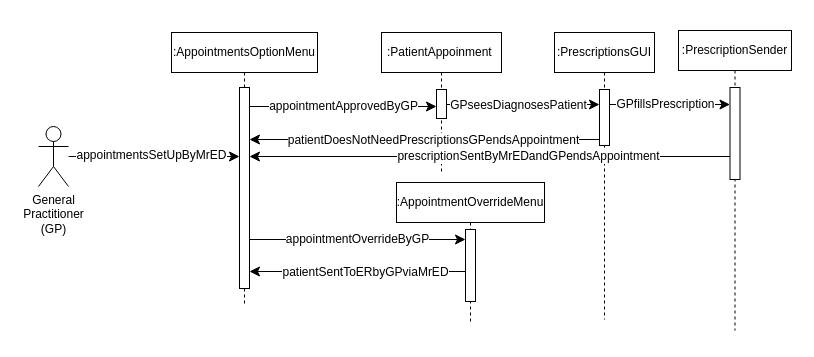
Before: AmirWork/M2/GP_SequenceDiagram.drawio in SENG-350-2024-fall/Team9, a draw.io diagram. Source tidied: cells renumbered, new cells numbered last; positions are measured from the earlier drawing's top-left corner, leaving out a move shared by most shapes. Both pictures are drawn from the tidied source at 100%, with x=0, y=0 at pixel (17, 17).
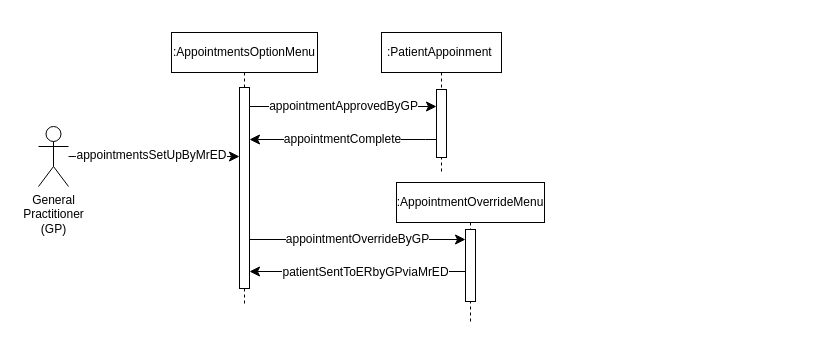
After the change.

Unchanged cells that the change refers to:
```xml
<mxCell id="5" style="html=1;points=[];perimeter=orthogonalPerimeter;outlineConnect=0;targetShapes=umlLifeline;portConstraint=eastwest;newEdgeStyle={&quot;edgeStyle&quot;:&quot;elbowEdgeStyle&quot;,&quot;elbow&quot;:&quot;vertical&quot;,&quot;curved&quot;:0,&quot;rounded&quot;:0};" parent="4" vertex="1">
  <mxGeometry x="68" y="55" width="10" height="201" as="geometry" />
</mxCell>
<mxCell id="6" value=":PatientAppoinment&amp;nbsp;" style="shape=umlLifeline;perimeter=lifelinePerimeter;whiteSpace=wrap;html=1;newEdgeStyle={&quot;edgeStyle&quot;:&quot;elbowEdgeStyle&quot;,&quot;elbow&quot;:&quot;vertical&quot;,&quot;curved&quot;:0,&quot;rounded&quot;:0};" parent="1" vertex="1">
  <mxGeometry x="364" y="15" width="120" height="141" as="geometry" />
</mxCell>
```

Change to the diagram source:
```diff
@@
     <mxCell id="7" style="html=1;points=[];perimeter=orthogonalPerimeter;outlineConnect=0;targetShapes=umlLifeline;portConstraint=eastwest;newEdgeStyle={&quot;edgeStyle&quot;:&quot;elbowEdgeStyle&quot;,&quot;elbow&quot;:&quot;vertical&quot;,&quot;curved&quot;:0,&quot;rounded&quot;:0};" parent="6" vertex="1">
-      <mxGeometry x="55" y="57" width="10" height="29" as="geometry" />
+      <mxGeometry x="55" y="57" width="10" height="68" as="geometry" />
     </mxCell>
@@
-    <mxCell id="16" value=":PrescriptionsGUI" style="shape=umlLifeline;perimeter=lifelinePerimeter;whiteSpace=wrap;html=1;newEdgeStyle={&quot;edgeStyle&quot;:&quot;elbowEdgeStyle&quot;,&quot;elbow&quot;:&quot;vertical&quot;,&quot;curved&quot;:0,&quot;rounded&quot;:0};" parent="1" vertex="1">
-      <mxGeometry x="537" y="15" width="100" height="287" as="geometry" />
-    </mxCell>
-    <mxCell id="17" style="html=1;points=[];perimeter=orthogonalPerimeter;outlineConnect=0;targetShapes=umlLifeline;portConstraint=eastwest;newEdgeStyle={&quot;edgeStyle&quot;:&quot;elbowEdgeStyle&quot;,&quot;elbow&quot;:&quot;vertical&quot;,&quot;curved&quot;:0,&quot;rounded&quot;:0};" parent="16" vertex="1">
-      <mxGeometry x="45" y="57" width="10" height="56" as="geometry" />
-    </mxCell>
-    <mxCell id="18" style="edgeStyle=elbowEdgeStyle;curved=0;rounded=0;jettySize=auto;html=1;elbow=vertical;fontSize=12;startSize=8;endSize=8;" parent="1" edge="1" source="7" target="17">
-      <mxGeometry relative="1" as="geometry">
-        <Array as="points">
-          <mxPoint x="507" y="87" />
-        </Array>
-      </mxGeometry>
-    </mxCell>
-    <mxCell id="19" value="GPseesDiagnosesPatient" style="edgeLabel;html=1;align=center;verticalAlign=middle;fontSize=12;" parent="18" vertex="1">
-      <mxGeometry x="0.39" y="1" relative="1" as="geometry">
-        <mxPoint x="-35" y="1" as="offset" />
-      </mxGeometry>
-    </mxCell>
-    <mxCell id="20" style="edgeStyle=elbowEdgeStyle;curved=0;rounded=0;jettySize=auto;html=1;elbow=vertical;fontSize=12;startSize=8;endSize=8;" parent="1" edge="1" source="17" target="5">
+    <mxCell id="20" value="appointmentComplete" style="edgeStyle=elbowEdgeStyle;curved=0;rounded=0;jettySize=auto;html=1;elbow=vertical;fontSize=12;startSize=8;endSize=8;" parent="1" edge="1" source="7" target="5">
       <mxGeometry relative="1" as="geometry">
         <Array as="points">
           <mxPoint x="408" y="122" />
         </Array>
       </mxGeometry>
     </mxCell>
-    <mxCell id="21" value="patientDoesNotNeedPrescriptionsGPendsAppointment" style="edgeLabel;html=1;align=center;verticalAlign=middle;fontSize=12;" parent="20" vertex="1">
-      <mxGeometry x="-0.14" relative="1" as="geometry">
-        <mxPoint x="-16" as="offset" />
-      </mxGeometry>
-    </mxCell>
-    <mxCell id="22" value=":PrescriptionSender" style="shape=umlLifeline;perimeter=lifelinePerimeter;whiteSpace=wrap;html=1;newEdgeStyle={&quot;edgeStyle&quot;:&quot;elbowEdgeStyle&quot;,&quot;elbow&quot;:&quot;vertical&quot;,&quot;curved&quot;:0,&quot;rounded&quot;:0};" parent="1" vertex="1">
-      <mxGeometry x="661" y="13" width="113" height="300" as="geometry" />
-    </mxCell>
-    <mxCell id="23" style="html=1;points=[];perimeter=orthogonalPerimeter;outlineConnect=0;targetShapes=umlLifeline;portConstraint=eastwest;newEdgeStyle={&quot;edgeStyle&quot;:&quot;elbowEdgeStyle&quot;,&quot;elbow&quot;:&quot;vertical&quot;,&quot;curved&quot;:0,&quot;rounded&quot;:0};" parent="22" vertex="1">
-      <mxGeometry x="51.5" y="57" width="10" height="92" as="geometry" />
-    </mxCell>
-    <mxCell id="24" style="edgeStyle=elbowEdgeStyle;curved=0;rounded=0;jettySize=auto;html=1;elbow=vertical;fontSize=12;startSize=8;endSize=8;" parent="1" edge="1" source="17" target="23">
-      <mxGeometry relative="1" as="geometry">
-        <Array as="points">
-          <mxPoint x="647" y="87" />
-        </Array>
-      </mxGeometry>
-    </mxCell>
-    <mxCell id="25" value="GPfillsPrescription" style="edgeLabel;html=1;align=center;verticalAlign=middle;fontSize=12;" parent="24" vertex="1">
-      <mxGeometry x="-0.15" y="-1" relative="1" as="geometry">
-        <mxPoint x="4" y="-2" as="offset" />
-      </mxGeometry>
-    </mxCell>
-    <mxCell id="26" style="edgeStyle=elbowEdgeStyle;curved=0;rounded=0;jettySize=auto;html=1;elbow=vertical;fontSize=12;startSize=8;endSize=8;" parent="1" edge="1" source="23" target="5">
-      <mxGeometry relative="1" as="geometry">
-        <Array as="points">
-          <mxPoint x="477" y="139" />
-        </Array>
-      </mxGeometry>
-    </mxCell>
-    <mxCell id="27" value="prescriptionSentByMrEDandGPendsAppointment" style="edgeLabel;html=1;align=center;verticalAlign=middle;fontSize=12;" parent="26" vertex="1">
-      <mxGeometry x="-0.16" y="-1" relative="1" as="geometry" />
-    </mxCell>
```
